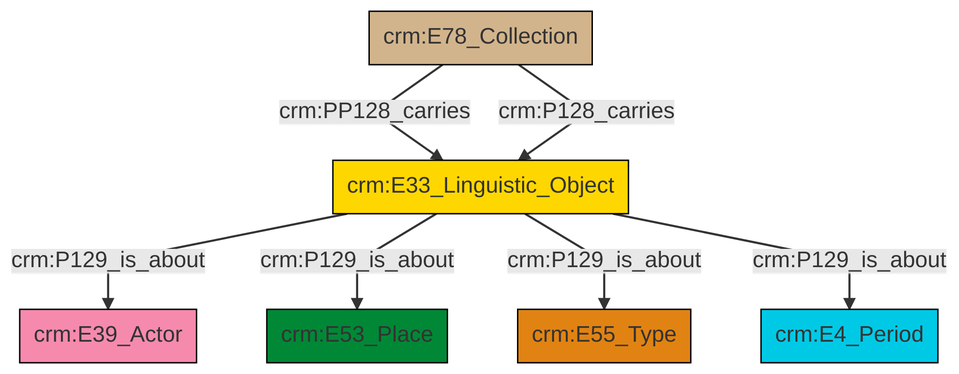
swiss-art-research-net/docs.swissartresearch keeps this Mermaid diagram as et/archivalCSV/ttl/mmd/png/archival_aboutness.png. Above is the earlier version. Its source is kept beside it as et/archivalCSV/ttl/mmd/archival_aboutness.ttl.mmd.
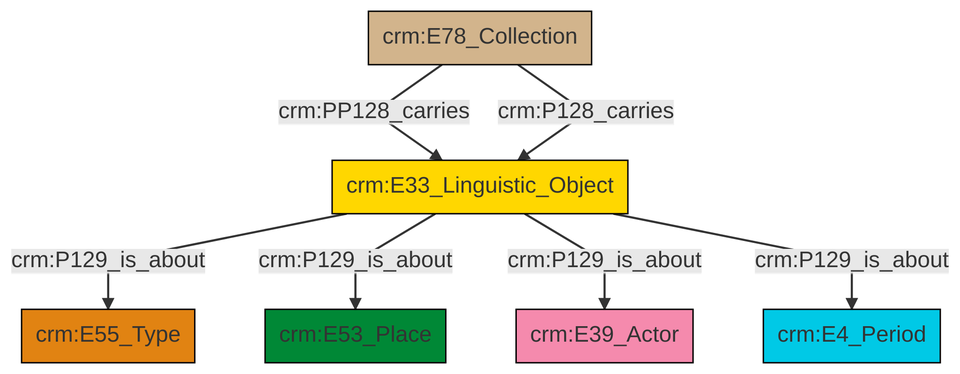
The same file after the commit.

Change to the diagram source:
```diff
@@ -14,8 +14,8 @@
 classDef Multi fill:#cccccc,stroke:#000000;
 
 0["crm:E78_Collection"]:::Physical_Thing -->|crm:PP128_carries| 1["crm:E33_Linguistic_Object"]:::Conceptual_Object
+1["crm:E33_Linguistic_Object"]:::Conceptual_Object -->|crm:P129_is_about| 2["crm:E55_Type"]:::Type
+1["crm:E33_Linguistic_Object"]:::Conceptual_Object -->|crm:P129_is_about| 3["crm:E53_Place"]:::Place
+1["crm:E33_Linguistic_Object"]:::Conceptual_Object -->|crm:P129_is_about| 8["crm:E39_Actor"]:::Actor
 0["crm:E78_Collection"]:::Physical_Thing -->|crm:P128_carries| 1["crm:E33_Linguistic_Object"]:::Conceptual_Object
-1["crm:E33_Linguistic_Object"]:::Conceptual_Object -->|crm:P129_is_about| 4["crm:E39_Actor"]:::Actor
-1["crm:E33_Linguistic_Object"]:::Conceptual_Object -->|crm:P129_is_about| 2["crm:E53_Place"]:::Place
-1["crm:E33_Linguistic_Object"]:::Conceptual_Object -->|crm:P129_is_about| 6["crm:E55_Type"]:::Type
-1["crm:E33_Linguistic_Object"]:::Conceptual_Object -->|crm:P129_is_about| 8["crm:E4_Period"]:::Temporal_Entity
+1["crm:E33_Linguistic_Object"]:::Conceptual_Object -->|crm:P129_is_about| 10["crm:E4_Period"]:::Temporal_Entity
```
